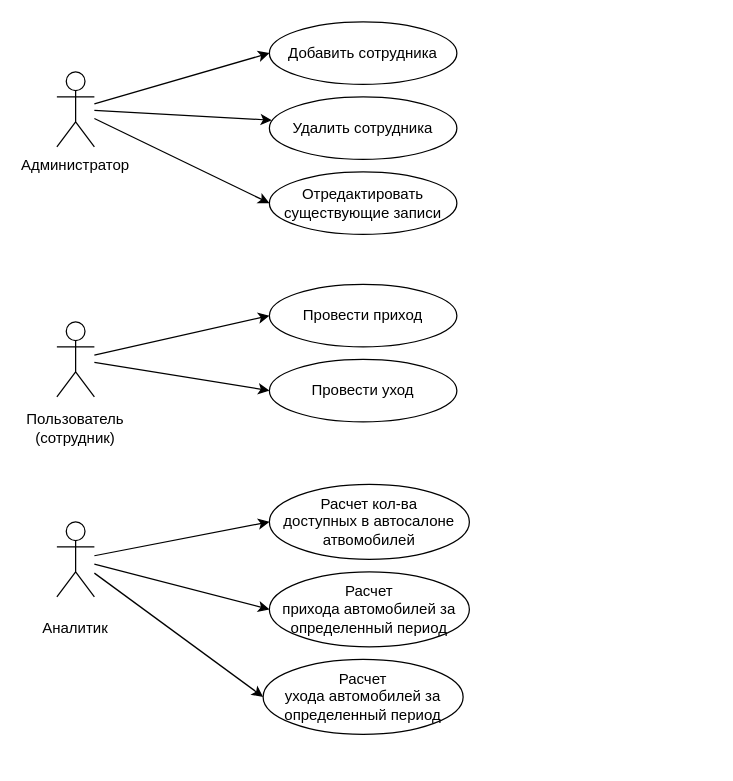
Before: page "use-case" (1 of 2) of docs/scheme/Use-case-diagram.drawio in taaanechka/bmstu-6th-sd, a draw.io diagram. Source tidied: cells renumbered, new cells numbered last; positions are measured from the earlier drawing's top-left corner, leaving out a move shared by most shapes. Both pictures are drawn from the tidied source at 125%, with x=0, y=0 at pixel (38, 21).
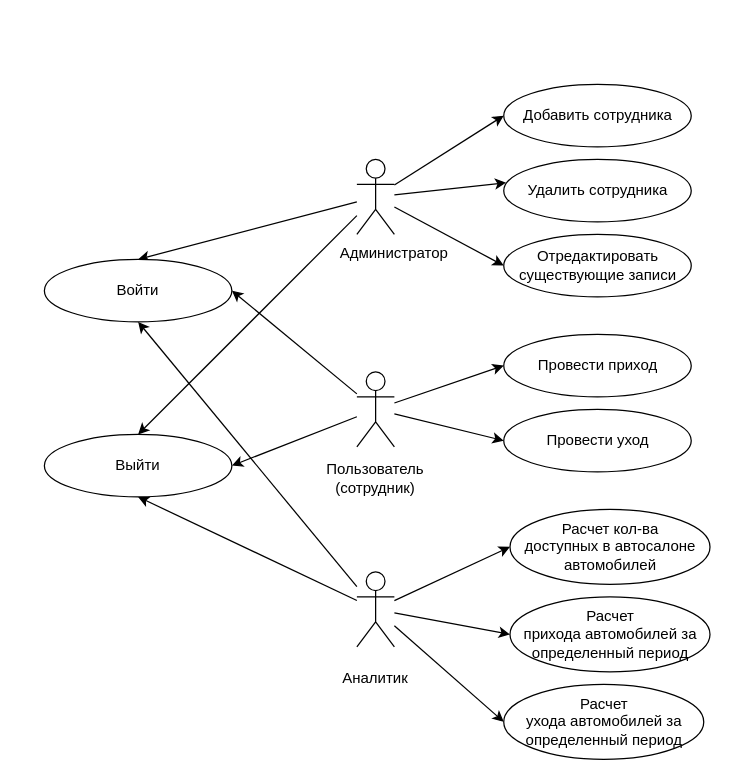
The same diagram, later.

Diff of the diagram source:
```diff
@@
+    <mxCell id="24" style="rounded=0;jettySize=auto;html=1;entryX=0.5;entryY=0;entryDx=0;entryDy=0;" parent="1" edge="1" source="5" target="30">
+      <mxGeometry relative="1" as="geometry" />
+    </mxCell>
+    <mxCell id="25" style="edgeStyle=none;rounded=0;jettySize=auto;html=1;entryX=0.5;entryY=0;entryDx=0;entryDy=0;" parent="1" edge="1" source="5" target="31">
+      <mxGeometry relative="1" as="geometry" />
+    </mxCell>
     <mxCell id="5" value="Actor" style="shape=umlActor;verticalLabelPosition=bottom;verticalAlign=top;html=1;outlineConnect=0;fontColor=none;noLabel=1;" parent="1" vertex="1">
-      <mxGeometry x="15" y="40" width="30" height="60" as="geometry" />
+      <mxGeometry x="255" y="110" width="30" height="60" as="geometry" />
     </mxCell>
@@
+    <mxCell id="26" style="edgeStyle=none;rounded=0;jettySize=auto;html=1;entryX=1;entryY=0.5;entryDx=0;entryDy=0;" parent="1" edge="1" source="8" target="30">
+      <mxGeometry relative="1" as="geometry" />
+    </mxCell>
+    <mxCell id="27" style="rounded=0;jettySize=auto;html=1;entryX=1;entryY=0.5;entryDx=0;entryDy=0;" parent="1" edge="1" source="8" target="31">
+      <mxGeometry relative="1" as="geometry" />
+    </mxCell>
     <mxCell id="8" value="Actor" style="shape=umlActor;verticalLabelPosition=bottom;verticalAlign=top;html=1;outlineConnect=0;fontColor=none;noLabel=1;" parent="1" vertex="1">
-      <mxGeometry x="15" y="240" width="30" height="60" as="geometry" />
+      <mxGeometry x="255" y="280" width="30" height="60" as="geometry" />
     </mxCell>
@@
+    <mxCell id="28" style="edgeStyle=none;rounded=0;jettySize=auto;html=1;entryX=0.5;entryY=1;entryDx=0;entryDy=0;" parent="1" edge="1" source="12" target="30">
+      <mxGeometry relative="1" as="geometry" />
+    </mxCell>
+    <mxCell id="29" style="edgeStyle=none;rounded=0;jettySize=auto;html=1;entryX=0.5;entryY=1;entryDx=0;entryDy=0;" parent="1" edge="1" source="12" target="31">
+      <mxGeometry relative="1" as="geometry" />
+    </mxCell>
     <mxCell id="12" value="Actor" style="shape=umlActor;verticalLabelPosition=bottom;verticalAlign=top;html=1;outlineConnect=0;fontColor=none;noLabel=1;" parent="1" vertex="1">
-      <mxGeometry x="15" y="400" width="30" height="60" as="geometry" />
+      <mxGeometry x="255" y="440" width="30" height="60" as="geometry" />
     </mxCell>
     <mxCell id="13" value="Добавить сотрудника" style="ellipse;whiteSpace=wrap;html=1;align=center;" parent="1" vertex="1">
-      <mxGeometry x="185" width="150" height="50" as="geometry" />
+      <mxGeometry x="372.5" y="50" width="150" height="50" as="geometry" />
     </mxCell>
     <mxCell id="14" value="Удалить сотрудника" style="ellipse;whiteSpace=wrap;html=1;align=center;" parent="1" vertex="1">
-      <mxGeometry x="185" y="60" width="150" height="50" as="geometry" />
+      <mxGeometry x="372.5" y="110" width="150" height="50" as="geometry" />
     </mxCell>
     <mxCell id="15" value="Отредактировать существующие записи" style="ellipse;whiteSpace=wrap;html=1;align=center;" parent="1" vertex="1">
-      <mxGeometry x="185" y="120" width="150" height="50" as="geometry" />
+      <mxGeometry x="372.5" y="170" width="150" height="50" as="geometry" />
     </mxCell>
     <mxCell id="16" value="Провести приход" style="ellipse;whiteSpace=wrap;html=1;align=center;" parent="1" vertex="1">
-      <mxGeometry x="185" y="210" width="150" height="50" as="geometry" />
+      <mxGeometry x="372.5" y="250" width="150" height="50" as="geometry" />
     </mxCell>
     <mxCell id="17" value="Провести уход" style="ellipse;whiteSpace=wrap;html=1;align=center;" parent="1" vertex="1">
-      <mxGeometry x="185" y="270" width="150" height="50" as="geometry" />
+      <mxGeometry x="372.5" y="310" width="150" height="50" as="geometry" />
     </mxCell>
     <mxCell id="18" value="Администратор" style="text;html=1;strokeColor=none;fillColor=none;align=center;verticalAlign=middle;whiteSpace=wrap;rounded=0;" parent="1" vertex="1">
-      <mxGeometry y="100" width="60" height="30" as="geometry" />
+      <mxGeometry x="255" y="170" width="60" height="30" as="geometry" />
     </mxCell>
     <mxCell id="19" value="Пользователь (сотрудник)" style="text;html=1;strokeColor=none;fillColor=none;align=center;verticalAlign=middle;whiteSpace=wrap;rounded=0;" parent="1" vertex="1">
-      <mxGeometry y="310" width="60" height="30" as="geometry" />
+      <mxGeometry x="240" y="350" width="60" height="30" as="geometry" />
     </mxCell>
     <mxCell id="20" value="Аналитик" style="text;html=1;strokeColor=none;fillColor=none;align=center;verticalAlign=middle;whiteSpace=wrap;rounded=0;" parent="1" vertex="1">
-      <mxGeometry y="470" width="60" height="30" as="geometry" />
+      <mxGeometry x="240" y="510" width="60" height="30" as="geometry" />
     </mxCell>
-    <mxCell id="21" value="Расчет кол-ва &lt;br&gt;доступных в автосалоне атвомобилей" style="ellipse;whiteSpace=wrap;html=1;align=center;" parent="1" vertex="1">
-      <mxGeometry x="185" y="370" width="160" height="60" as="geometry" />
+    <mxCell id="21" value="Расчет кол-ва &lt;br&gt;доступных в автосалоне автомобилей" style="ellipse;whiteSpace=wrap;html=1;align=center;" parent="1" vertex="1">
+      <mxGeometry x="377.5" y="390" width="160" height="60" as="geometry" />
     </mxCell>
     <mxCell id="22" value="Расчет &lt;br&gt;прихода автомобилей за определенный период" style="ellipse;whiteSpace=wrap;html=1;align=center;" parent="1" vertex="1">
-      <mxGeometry x="185" y="440" width="160" height="60" as="geometry" />
+      <mxGeometry x="377.5" y="460" width="160" height="60" as="geometry" />
     </mxCell>
     <mxCell id="23" value="Расчет &lt;br&gt;ухода автомобилей за определенный период" style="ellipse;whiteSpace=wrap;html=1;align=center;" parent="1" vertex="1">
-      <mxGeometry x="180" y="510" width="160" height="60" as="geometry" />
+      <mxGeometry x="372.5" y="530" width="160" height="60" as="geometry" />
     </mxCell>
+    <mxCell id="30" value="Войти" style="ellipse;whiteSpace=wrap;html=1;align=center;" parent="1" vertex="1">
+      <mxGeometry x="5" y="190" width="150" height="50" as="geometry" />
+    </mxCell>
+    <mxCell id="31" value="Выйти" style="ellipse;whiteSpace=wrap;html=1;align=center;" parent="1" vertex="1">
+      <mxGeometry x="5" y="330" width="150" height="50" as="geometry" />
+    </mxCell>
```
